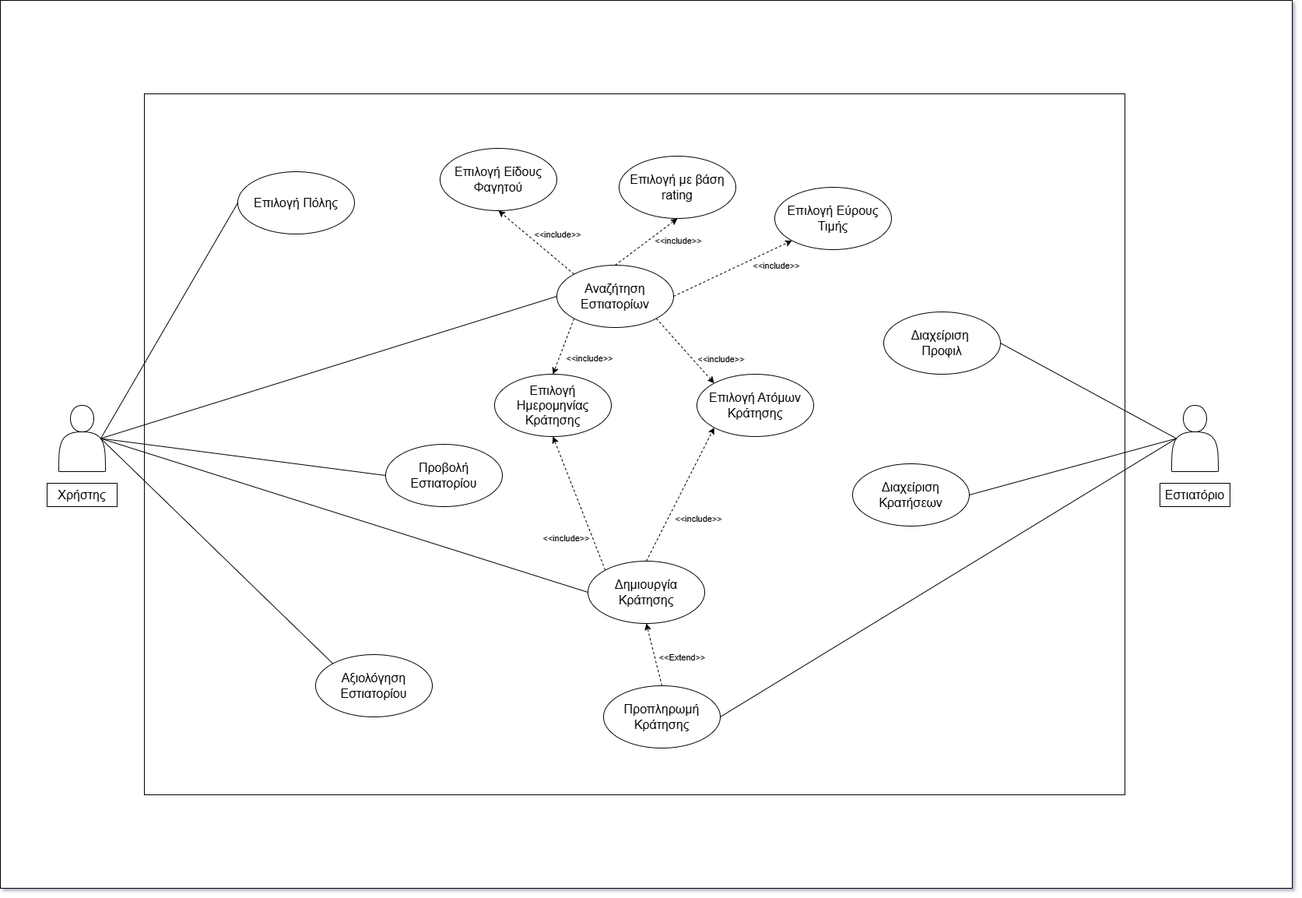
Before: use_case_diagram.png, a diagram exported from draw.io (NikSel17/Project-Technologia-Logismikou). Source tidied: cells renumbered, new cells last; positions are measured from the earlier drawing's top-left corner, leaving out a move shared by most shapes.
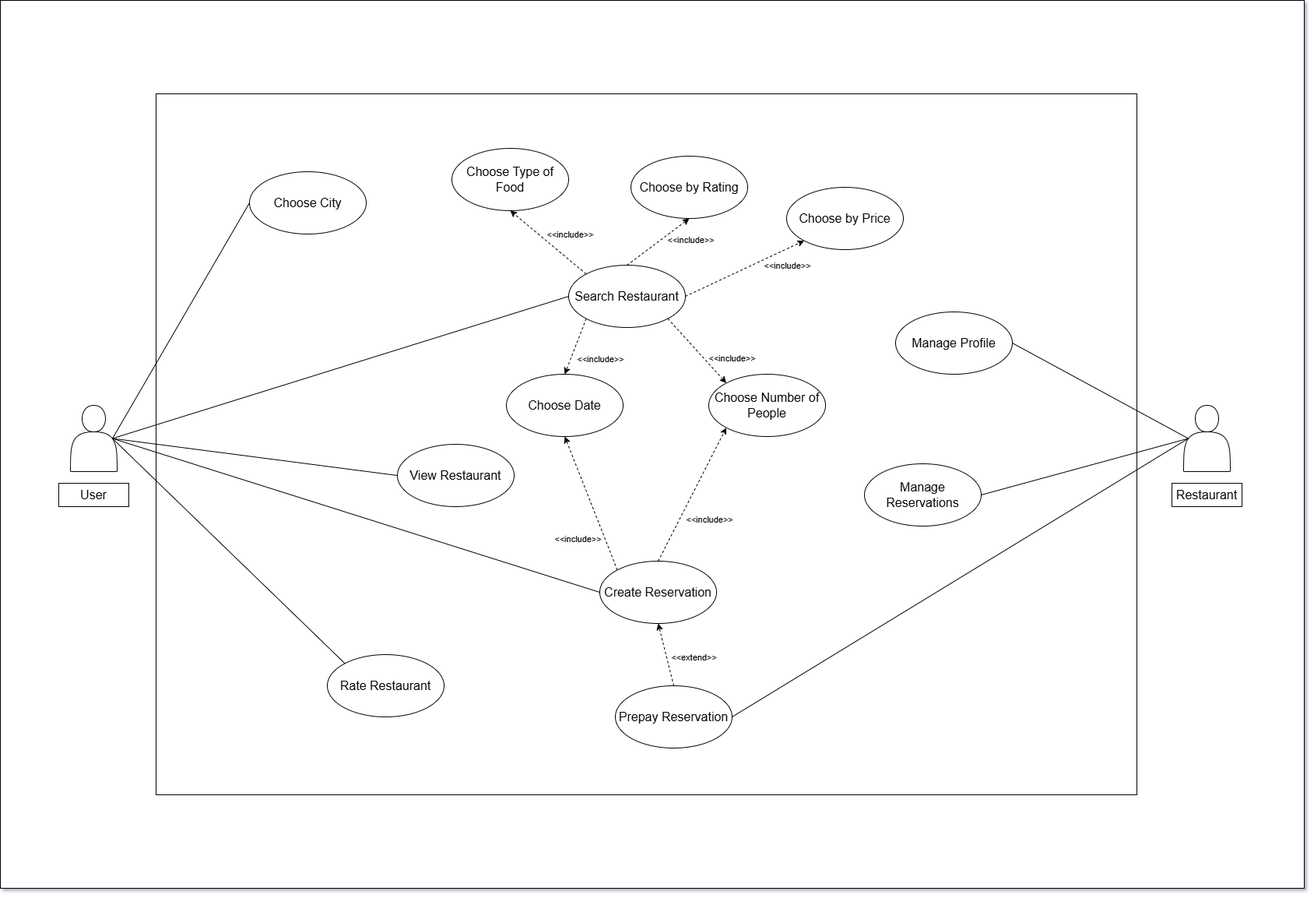
After the commit.

The edit, as a diff of the source:
```diff
@@ -3,30 +3,30 @@
     <mxCell id="0" />
     <mxCell id="1" parent="0" />
     <mxCell id="2" style="rounded=0;whiteSpace=wrap;html=1;" parent="1" vertex="1">
-      <mxGeometry width="1660" height="1140" as="geometry" />
+      <mxGeometry x="-15" width="1675" height="1140" as="geometry" />
     </mxCell>
     <mxCell id="3" style="whiteSpace=wrap;html=1;" parent="1" vertex="1">
       <mxGeometry x="185" y="120" width="1260" height="900" as="geometry" />
     </mxCell>
-    <mxCell id="4" value="&lt;font style=&quot;font-size: 16px;&quot;&gt;Επιλογή Πόλης&lt;/font&gt;" style="ellipse;whiteSpace=wrap;html=1;rounded=0;" parent="1" vertex="1">
+    <mxCell id="4" value="&lt;font style=&quot;font-size: 16px;&quot;&gt;Choose City&lt;/font&gt;" style="ellipse;whiteSpace=wrap;html=1;rounded=0;" parent="1" vertex="1">
       <mxGeometry x="305" y="220" width="150" height="80" as="geometry" />
     </mxCell>
-    <mxCell id="5" value="&lt;span style=&quot;font-size: 16px;&quot;&gt;Προβολή Εστιατορίου&lt;/span&gt;" style="ellipse;whiteSpace=wrap;html=1;rounded=0;" parent="1" vertex="1">
+    <mxCell id="5" value="&lt;span style=&quot;font-size: 16px;&quot;&gt;View Restaurant&lt;/span&gt;" style="ellipse;whiteSpace=wrap;html=1;rounded=0;" parent="1" vertex="1">
       <mxGeometry x="495" y="570" width="150" height="80" as="geometry" />
     </mxCell>
-    <mxCell id="6" value="&lt;span style=&quot;font-size: 16px;&quot;&gt;Διαχείριση&amp;nbsp;&lt;/span&gt;&lt;div&gt;&lt;span style=&quot;font-size: 16px;&quot;&gt;Προφιλ&lt;/span&gt;&lt;/div&gt;" style="ellipse;whiteSpace=wrap;html=1;rounded=0;" parent="1" vertex="1">
+    <mxCell id="6" value="&lt;span style=&quot;font-size: 16px;&quot;&gt;Manage Profile&lt;/span&gt;" style="ellipse;whiteSpace=wrap;html=1;rounded=0;" parent="1" vertex="1">
       <mxGeometry x="1135" y="400" width="150" height="80" as="geometry" />
     </mxCell>
-    <mxCell id="7" value="&lt;font style=&quot;font-size: 16px;&quot;&gt;Επιλογή Είδους Φαγητού&lt;/font&gt;" style="ellipse;whiteSpace=wrap;html=1;rounded=0;" parent="1" vertex="1">
+    <mxCell id="7" value="&lt;font style=&quot;font-size: 16px;&quot;&gt;Choose Type of Food&lt;/font&gt;" style="ellipse;whiteSpace=wrap;html=1;rounded=0;" parent="1" vertex="1">
       <mxGeometry x="565" y="190" width="150" height="80" as="geometry" />
     </mxCell>
-    <mxCell id="8" value="&lt;font style=&quot;font-size: 16px;&quot;&gt;Επιλογή Εύρους Τιμής&lt;/font&gt;" style="ellipse;whiteSpace=wrap;html=1;rounded=0;" parent="1" vertex="1">
+    <mxCell id="8" value="&lt;font style=&quot;font-size: 16px;&quot;&gt;Choose by Price&lt;/font&gt;" style="ellipse;whiteSpace=wrap;html=1;rounded=0;" parent="1" vertex="1">
       <mxGeometry x="995" y="240" width="150" height="80" as="geometry" />
     </mxCell>
-    <mxCell id="9" value="&lt;span style=&quot;font-size: 16px;&quot;&gt;Επιλογή Ατόμων Κράτησης&lt;/span&gt;" style="ellipse;whiteSpace=wrap;html=1;rounded=0;" parent="1" vertex="1">
+    <mxCell id="9" value="&lt;span style=&quot;font-size: 16px;&quot;&gt;Choose Number of People&lt;/span&gt;" style="ellipse;whiteSpace=wrap;html=1;rounded=0;" parent="1" vertex="1">
       <mxGeometry x="895" y="480" width="150" height="80" as="geometry" />
     </mxCell>
-    <mxCell id="10" value="&lt;span style=&quot;font-size: 16px;&quot;&gt;Επιλογή Ημερομηνίας Κράτησης&lt;/span&gt;" style="ellipse;whiteSpace=wrap;html=1;rounded=0;" parent="1" vertex="1">
+    <mxCell id="10" value="&lt;span style=&quot;font-size: 16px;&quot;&gt;Choose Date&lt;/span&gt;" style="ellipse;whiteSpace=wrap;html=1;rounded=0;" parent="1" vertex="1">
       <mxGeometry x="635" y="480" width="150" height="80" as="geometry" />
     </mxCell>
     <mxCell id="11" value="&lt;div&gt;&lt;br/&gt;&lt;/div&gt;" style="edgeStyle=none;shape=connector;rounded=0;jettySize=auto;html=1;exitX=0;exitY=0;exitDx=0;exitDy=0;entryX=0.5;entryY=1;entryDx=0;entryDy=0;dashed=1;strokeColor=default;align=center;verticalAlign=middle;fontFamily=Helvetica;fontSize=11;fontColor=default;labelBackgroundColor=default;startFill=0;endArrow=classic;endFill=1;" parent="1" edge="1" source="15" target="10">
@@ -45,19 +45,19 @@
         <mxPoint x="27" y="24" as="offset" />
       </mxGeometry>
     </mxCell>
-    <mxCell id="15" value="&lt;span style=&quot;font-size: 16px;&quot;&gt;Δημιουργία Κράτησης&lt;/span&gt;" style="ellipse;whiteSpace=wrap;html=1;rounded=0;" parent="1" vertex="1">
+    <mxCell id="15" value="&lt;span style=&quot;font-size: 16px;&quot;&gt;Create Reservation&lt;/span&gt;" style="ellipse;whiteSpace=wrap;html=1;rounded=0;" parent="1" vertex="1">
       <mxGeometry x="755" y="720" width="150" height="80" as="geometry" />
     </mxCell>
-    <mxCell id="16" value="&amp;lt;&amp;lt;Extend&amp;gt;&amp;gt;" style="jettySize=auto;html=1;exitX=0.5;exitY=0;exitDx=0;exitDy=0;entryX=0.5;entryY=1;entryDx=0;entryDy=0;dashed=1;endArrow=classic;endFill=1;" parent="1" edge="1" source="17" target="15">
+    <mxCell id="16" value="&amp;lt;&amp;lt;extend&amp;gt;&amp;gt;" style="jettySize=auto;html=1;exitX=0.5;exitY=0;exitDx=0;exitDy=0;entryX=0.5;entryY=1;entryDx=0;entryDy=0;dashed=1;endArrow=classic;endFill=1;" parent="1" edge="1" source="17" target="15">
       <mxGeometry x="-0.31" y="-34" relative="1" as="geometry" />
     </mxCell>
-    <mxCell id="17" value="&lt;span style=&quot;font-size: 16px;&quot;&gt;Προπληρωμή Κράτησης&lt;/span&gt;" style="ellipse;whiteSpace=wrap;html=1;rounded=0;" parent="1" vertex="1">
+    <mxCell id="17" value="&lt;span style=&quot;font-size: 16px;&quot;&gt;Prepay Reservation&lt;/span&gt;" style="ellipse;whiteSpace=wrap;html=1;rounded=0;" parent="1" vertex="1">
       <mxGeometry x="775" y="880" width="150" height="80" as="geometry" />
     </mxCell>
-    <mxCell id="18" value="&lt;span style=&quot;font-size: 16px;&quot;&gt;Αξιολόγηση Εστιατορίου&lt;/span&gt;" style="ellipse;whiteSpace=wrap;html=1;rounded=0;" parent="1" vertex="1">
+    <mxCell id="18" value="&lt;span style=&quot;font-size: 16px;&quot;&gt;Rate Restaurant&lt;/span&gt;" style="ellipse;whiteSpace=wrap;html=1;rounded=0;" parent="1" vertex="1">
       <mxGeometry x="405" y="840" width="150" height="80" as="geometry" />
     </mxCell>
-    <mxCell id="19" value="&lt;span style=&quot;font-size: 16px;&quot;&gt;Επιλογή με βάση rating&lt;/span&gt;" style="ellipse;whiteSpace=wrap;html=1;rounded=0;" parent="1" vertex="1">
+    <mxCell id="19" value="&lt;span style=&quot;font-size: 16px;&quot;&gt;Choose by Rating&lt;/span&gt;" style="ellipse;whiteSpace=wrap;html=1;rounded=0;" parent="1" vertex="1">
       <mxGeometry x="795" y="200" width="150" height="80" as="geometry" />
     </mxCell>
     <mxCell id="20" style="rounded=0;jettySize=auto;html=1;exitX=0.9;exitY=0.5;exitDx=0;exitDy=0;exitPerimeter=0;entryX=0;entryY=0.5;entryDx=0;entryDy=0;endArrow=none;startFill=0;" parent="1" edge="1" source="24" target="4">
@@ -78,7 +78,7 @@
     <mxCell id="25" style="rounded=0;jettySize=auto;html=1;exitX=0.1;exitY=0.5;exitDx=0;exitDy=0;exitPerimeter=0;entryX=1;entryY=0.5;entryDx=0;entryDy=0;endArrow=none;startFill=0;" parent="1" edge="1" source="26" target="43">
       <mxGeometry relative="1" as="geometry" />
     </mxCell>
-    <mxCell id="26" value="&lt;div&gt;&lt;br&gt;&lt;/div&gt;&lt;div&gt;&lt;br&gt;&lt;/div&gt;&lt;div&gt;&lt;br&gt;&lt;/div&gt;&lt;div&gt;&lt;br&gt;&lt;/div&gt;" style="shape=actor;whiteSpace=wrap;html=1;rounded=0;" parent="1" vertex="1">
+    <mxCell id="26" value="&lt;div&gt;&lt;br&gt;&lt;/div&gt;&lt;div&gt;&lt;br&gt;&lt;/div&gt;&lt;div&gt;&lt;br&gt;&lt;/div&gt;&lt;div&gt;&lt;br&gt;&lt;/div&gt;" style="shape=actor;whiteSpace=wrap;html=1;rounded=0;fillColor=light-dark(#ffffff, #ededed);" parent="1" vertex="1">
       <mxGeometry x="1505" y="520" width="60" height="85" as="geometry" />
     </mxCell>
     <mxCell id="27" style="rounded=0;jettySize=auto;html=1;exitX=1;exitY=0.5;exitDx=0;exitDy=0;entryX=0.1;entryY=0.5;entryDx=0;entryDy=0;entryPerimeter=0;endArrow=none;startFill=0;" parent="1" edge="1" source="6" target="26">
@@ -87,10 +87,10 @@
     <mxCell id="28" style="rounded=0;jettySize=auto;html=1;exitX=1;exitY=0.5;exitDx=0;exitDy=0;entryX=0.1;entryY=0.5;entryDx=0;entryDy=0;entryPerimeter=0;endArrow=none;startFill=0;" parent="1" edge="1" source="17" target="26">
       <mxGeometry relative="1" as="geometry" />
     </mxCell>
-    <mxCell id="29" value="&lt;font style=&quot;font-size: 16px;&quot;&gt;Χρήστης&lt;/font&gt;" style="rounded=0;whiteSpace=wrap;html=1;" parent="1" vertex="1">
+    <mxCell id="29" value="&lt;font style=&quot;font-size: 16px;&quot;&gt;User&lt;/font&gt;" style="rounded=0;whiteSpace=wrap;html=1;" parent="1" vertex="1">
       <mxGeometry x="60" y="620" width="90" height="30" as="geometry" />
     </mxCell>
-    <mxCell id="30" value="&lt;span style=&quot;font-size: 16px;&quot;&gt;Εστιατόριο&lt;/span&gt;" style="rounded=0;whiteSpace=wrap;html=1;" parent="1" vertex="1">
+    <mxCell id="30" value="&lt;span style=&quot;font-size: 16px;&quot;&gt;Restaurant&lt;/span&gt;" style="rounded=0;whiteSpace=wrap;html=1;" parent="1" vertex="1">
       <mxGeometry x="1490" y="620" width="90" height="30" as="geometry" />
     </mxCell>
     <mxCell id="31" style="edgeStyle=none;shape=connector;rounded=0;jettySize=auto;html=1;exitX=0;exitY=0;exitDx=0;exitDy=0;entryX=0.5;entryY=1;entryDx=0;entryDy=0;strokeColor=default;align=center;verticalAlign=middle;fontFamily=Helvetica;fontSize=11;fontColor=default;labelBackgroundColor=default;startFill=0;endArrow=classic;endFill=1;dashed=1;" parent="1" edge="1" source="41" target="7">
@@ -133,13 +133,13 @@
         <mxPoint x="33" y="19" as="offset" />
       </mxGeometry>
     </mxCell>
-    <mxCell id="41" value="&lt;span style=&quot;font-size: 16px;&quot;&gt;Αναζήτηση Εστιατορίων&lt;/span&gt;" style="ellipse;whiteSpace=wrap;html=1;rounded=0;" parent="1" vertex="1">
+    <mxCell id="41" value="&lt;span style=&quot;font-size: 16px;&quot;&gt;Search Restaurant&lt;/span&gt;" style="ellipse;whiteSpace=wrap;html=1;rounded=0;" parent="1" vertex="1">
       <mxGeometry x="715" y="340" width="150" height="80" as="geometry" />
     </mxCell>
     <mxCell id="42" style="edgeStyle=none;shape=connector;rounded=0;jettySize=auto;html=1;exitX=0.9;exitY=0.5;exitDx=0;exitDy=0;exitPerimeter=0;entryX=0;entryY=0.5;entryDx=0;entryDy=0;strokeColor=default;align=center;verticalAlign=middle;fontFamily=Helvetica;fontSize=11;fontColor=default;labelBackgroundColor=default;startFill=0;endArrow=none;" parent="1" edge="1" source="24" target="5">
       <mxGeometry relative="1" as="geometry" />
     </mxCell>
-    <mxCell id="43" value="&lt;span style=&quot;font-size: 16px;&quot;&gt;Διαχείριση Κρατήσεων&lt;/span&gt;" style="ellipse;whiteSpace=wrap;html=1;rounded=0;" parent="1" vertex="1">
+    <mxCell id="43" value="&lt;span style=&quot;font-size: 16px;&quot;&gt;Manage Reservations&lt;/span&gt;" style="ellipse;whiteSpace=wrap;html=1;rounded=0;" parent="1" vertex="1">
       <mxGeometry x="1095" y="595" width="150" height="80" as="geometry" />
     </mxCell>
   </root>
```
